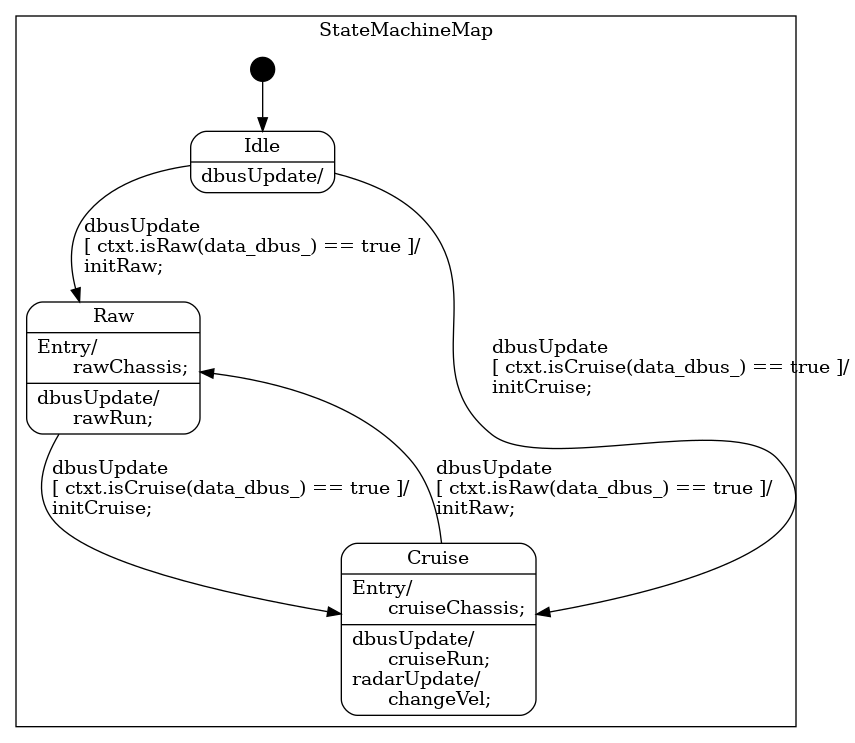
Earlier version of the Graphviz export state_machine/StateMachine_sm.png (rm-controls/rm_fsm). Its source is kept beside it as state_machine/StateMachine_sm.dot.
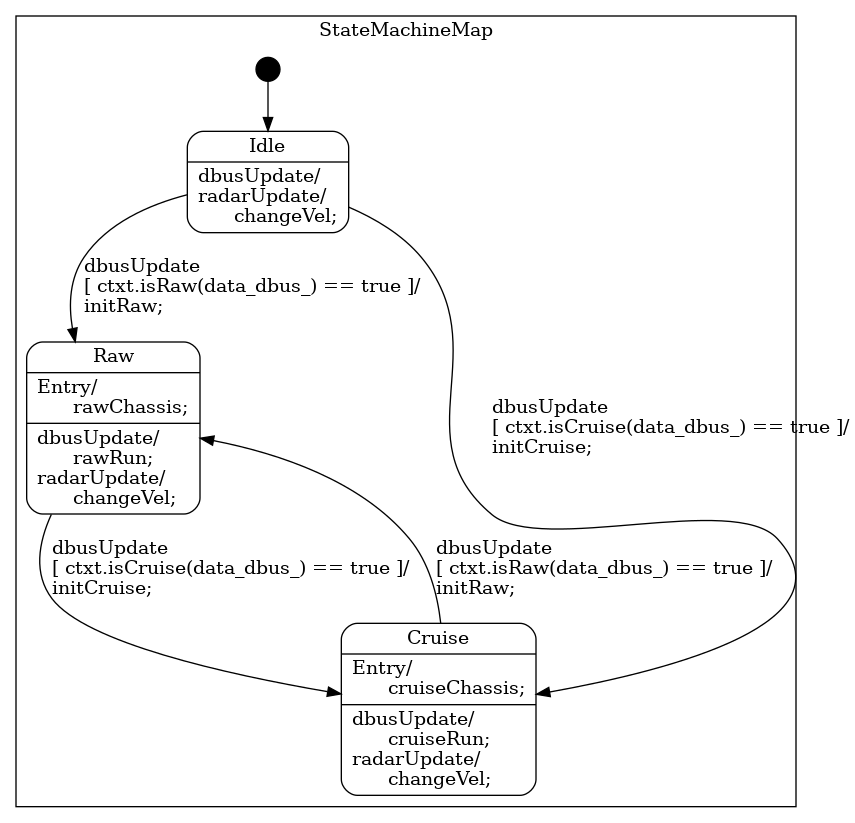
After the change.

Change to the diagram source:
```diff
@@ -9,10 +9,10 @@
 
 
         "StateMachineMap::Idle"
-            [label="{Idle|dbusUpdate/\l}"];
+            [label="{Idle|dbusUpdate/\lradarUpdate/\l&nbsp;&nbsp;&nbsp;changeVel;\l}"];
 
         "StateMachineMap::Raw"
-            [label="{Raw|Entry/\l&nbsp;&nbsp;&nbsp;rawChassis;\l|dbusUpdate/\l&nbsp;&nbsp;&nbsp;rawRun;\l}"];
+            [label="{Raw|Entry/\l&nbsp;&nbsp;&nbsp;rawChassis;\l|dbusUpdate/\l&nbsp;&nbsp;&nbsp;rawRun;\lradarUpdate/\l&nbsp;&nbsp;&nbsp;changeVel;\l}"];
 
         "StateMachineMap::Cruise"
             [label="{Cruise|Entry/\l&nbsp;&nbsp;&nbsp;cruiseChassis;\l|dbusUpdate/\l&nbsp;&nbsp;&nbsp;cruiseRun;\lradarUpdate/\l&nbsp;&nbsp;&nbsp;changeVel;\l}"];
```
